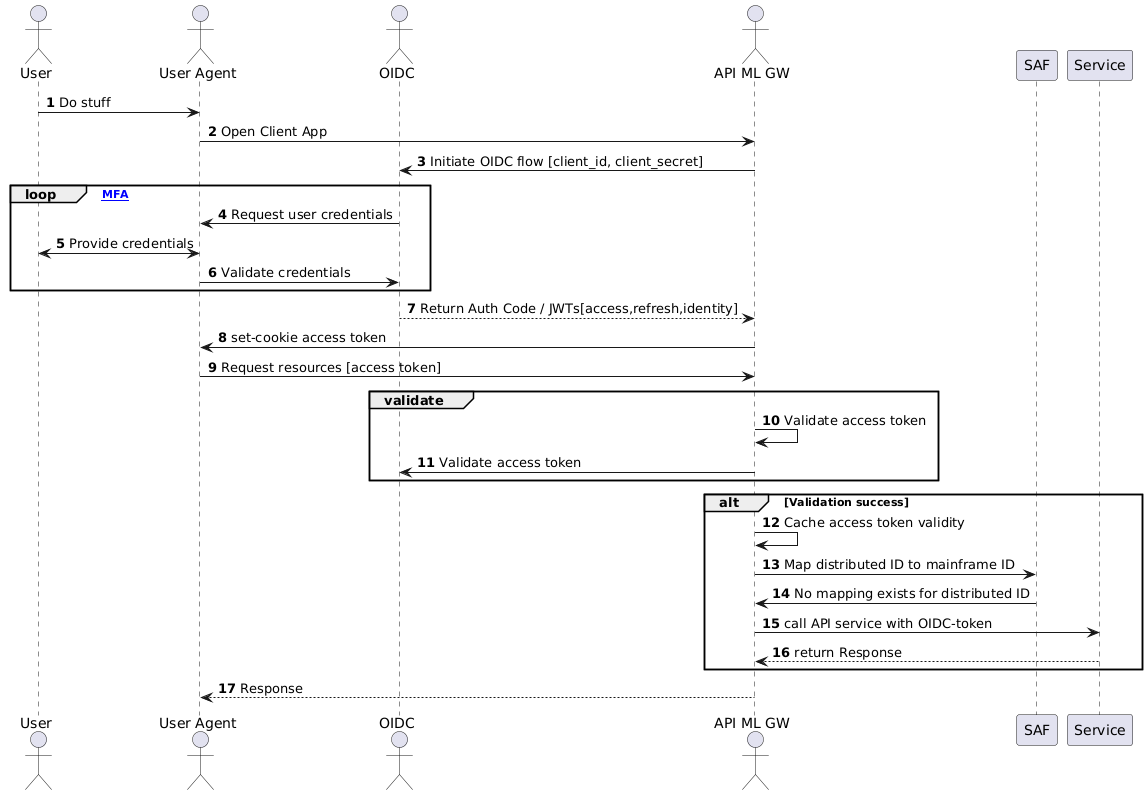
Earlier version of the PlantUML export docs/images/api-mediation/apiml-oidc-auth-no-mf-id-seq.png (zowe/docs-site).
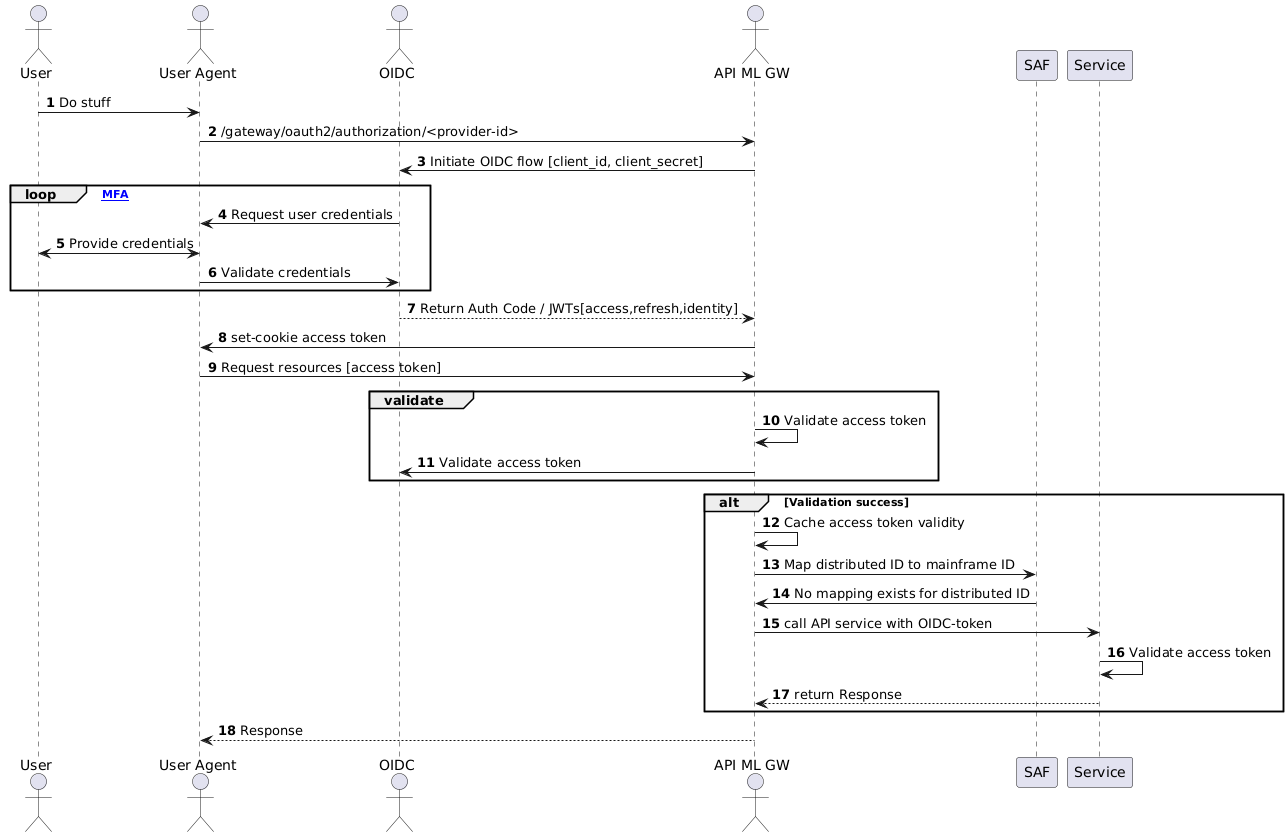
After the change.

Diff of the diagram source:
```diff
@@ -7,7 +7,7 @@
 actor "API ML GW" as GW
 
 User -> Agent: Do stuff
-Agent -> GW: Open Client App
+Agent -> GW: /gateway/oauth2/authorization/<provider-id>
 GW -> OIDC: Initiate OIDC flow [client_id, client_secret]
 loop [MFA]
 OIDC -> Agent: Request user credentials
@@ -26,6 +26,7 @@
 GW -> SAF: Map distributed ID to mainframe ID
 SAF -> GW: No mapping exists for distributed ID
 GW -> Service: call API service with OIDC-token
+Service -> Service: Validate access token
 Service --> GW: return Response
 end
 GW --> Agent: Response
```
